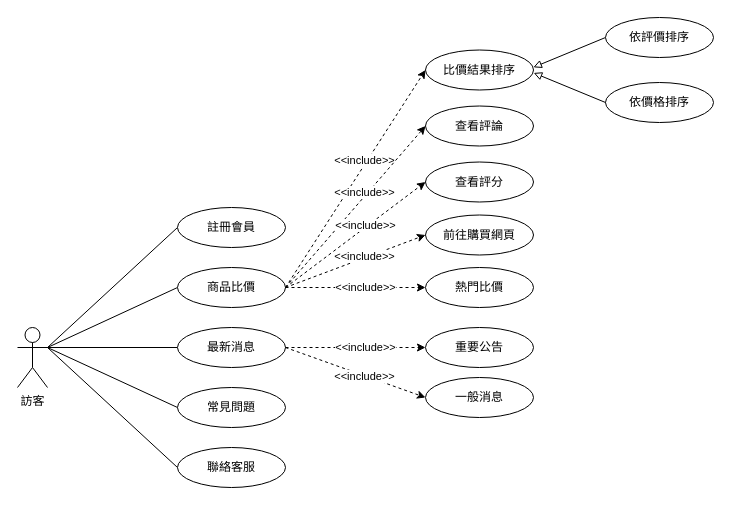
7bagbun/grad_prj_docs keeps this draw.io diagram as graphs/b2/uc visitor.drawio. Above is the earlier version. Source tidied: cells renumbered, new cells numbered last; positions are measured from the earlier drawing's top-left corner, leaving out a move shared by most shapes. Both pictures are drawn from the tidied source at 100%, with x=0, y=0 at pixel (17, 17).
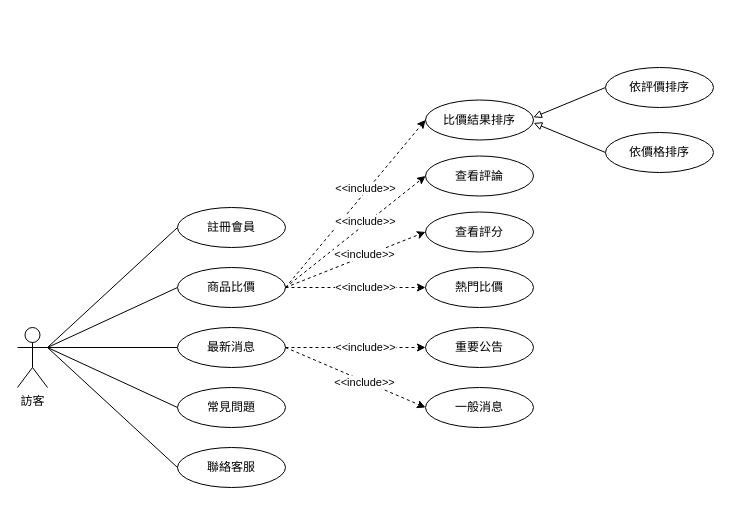
Above is the later version.

Unchanged cells that the change refers to:
```xml
<mxCell id="11" value="商品比價" style="ellipse;whiteSpace=wrap;html=1;" parent="1" vertex="1">
  <mxGeometry x="160" y="250" width="108" height="40" as="geometry" />
</mxCell>
```

The edit, as a diff of the source:
```diff
@@
     <mxCell id="21" value="一般消息" style="ellipse;whiteSpace=wrap;html=1;" parent="1" vertex="1">
-      <mxGeometry x="408" y="360" width="108" height="40" as="geometry" />
+      <mxGeometry x="408" y="370" width="108" height="40" as="geometry" />
     </mxCell>
@@
     <mxCell id="24" value="查看評論" style="ellipse;whiteSpace=wrap;html=1;" parent="1" vertex="1">
-      <mxGeometry x="408" y="88.5" width="108" height="40" as="geometry" />
+      <mxGeometry x="408" y="138.5" width="108" height="40" as="geometry" />
     </mxCell>
-    <mxCell id="25" value="前往購買網頁" style="ellipse;whiteSpace=wrap;html=1;" parent="1" vertex="1">
-      <mxGeometry x="408" y="197.5" width="108" height="40" as="geometry" />
-    </mxCell>
-    <mxCell id="26" style="rounded=0;jettySize=auto;html=1;entryX=0;entryY=0.5;entryDx=0;entryDy=0;dashed=1;exitX=1;exitY=0.5;exitDx=0;exitDy=0;" parent="1" edge="1" source="11" target="25">
-      <mxGeometry relative="1" as="geometry" />
-    </mxCell>
-    <mxCell id="27" value="&amp;lt;&amp;lt;include&amp;gt;&amp;gt;" style="edgeLabel;html=1;align=center;verticalAlign=middle;rotation=0;" parent="26" vertex="1">
-      <mxGeometry x="0.17" relative="1" as="geometry">
-        <mxPoint x="-3" y="-1" as="offset" />
-      </mxGeometry>
-    </mxCell>
     <mxCell id="28" value="查看評分" style="ellipse;whiteSpace=wrap;html=1;" parent="1" vertex="1">
-      <mxGeometry x="408" y="144.5" width="108" height="40" as="geometry" />
+      <mxGeometry x="408" y="194.5" width="108" height="40" as="geometry" />
     </mxCell>
@@
     <mxCell id="31" value="比價結果排序" style="ellipse;whiteSpace=wrap;html=1;" parent="1" vertex="1">
-      <mxGeometry x="408" y="32.5" width="108" height="40" as="geometry" />
+      <mxGeometry x="408" y="82.5" width="108" height="40" as="geometry" />
     </mxCell>
@@
     <mxCell id="33" value="依評價排序" style="ellipse;whiteSpace=wrap;html=1;" parent="1" vertex="1">
-      <mxGeometry x="588" width="108" height="40" as="geometry" />
+      <mxGeometry x="588" y="50" width="108" height="40" as="geometry" />
     </mxCell>
     <mxCell id="34" value="依價格排序" style="ellipse;whiteSpace=wrap;html=1;" parent="1" vertex="1">
-      <mxGeometry x="588" y="65" width="108" height="40" as="geometry" />
+      <mxGeometry x="588" y="115" width="108" height="40" as="geometry" />
     </mxCell>
```
